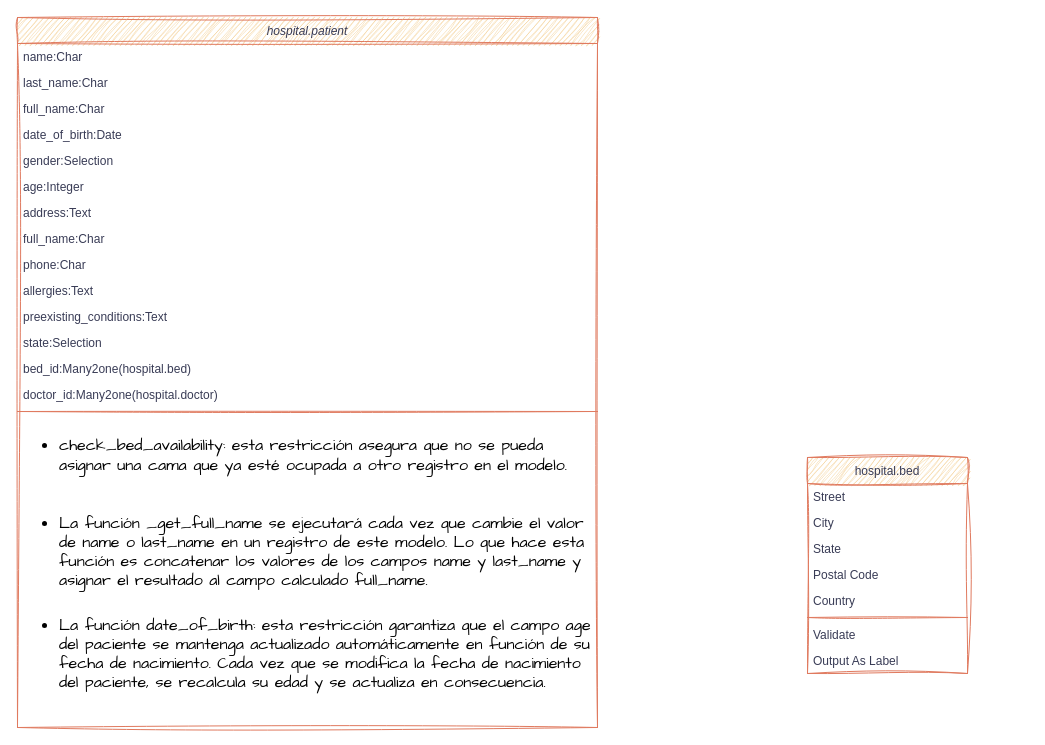
Earlier version of the draw.io diagram UML_Hospital.drawio (Rxxbertx/2DAM_GESTION_EMPRESARIAL_ODOO_addons). Source tidied: cells renumbered, new cells numbered last; positions are measured from the earlier drawing's top-left corner, leaving out a move shared by most shapes. Both pictures are drawn from the tidied source at 100%, with x=0, y=0 at pixel (17, 17).
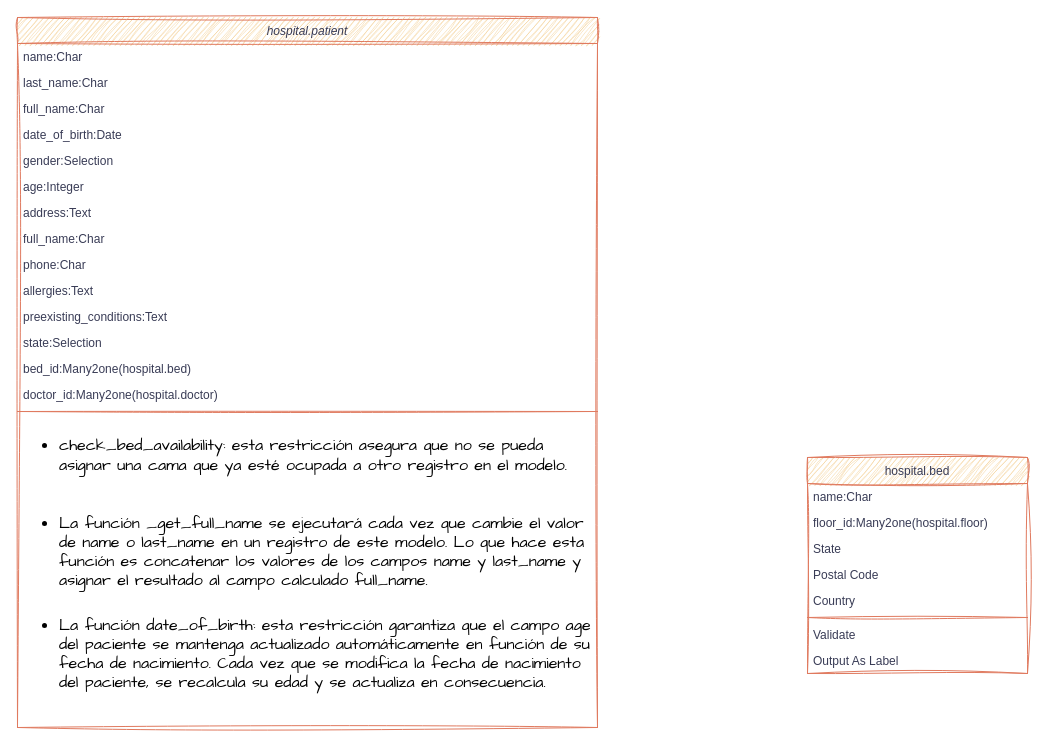
Above is the later version.

What changed in the source:
```diff
@@
     <mxCell id="21" value="hospital.bed" style="swimlane;fontStyle=0;align=center;verticalAlign=top;horizontal=1;startSize=26;rounded=0;shadow=0;strokeWidth=1;labelBackgroundColor=none;fillColor=#F2CC8F;strokeColor=#E07A5F;fontColor=#393C56;sketch=1;curveFitting=1;jiggle=2;" parent="1" vertex="1">
-      <mxGeometry x="790" y="440" width="160" height="216" as="geometry" />
+      <mxGeometry x="790" y="440" width="220" height="216" as="geometry" />
     </mxCell>
-    <mxCell id="22" value="Street" style="text;align=left;verticalAlign=top;spacingLeft=4;spacingRight=4;overflow=hidden;labelBackgroundColor=none;fontColor=#393C56;sketch=1;curveFitting=1;jiggle=2;" parent="21" vertex="1">
-      <mxGeometry y="26" width="160" height="26" as="geometry" />
+    <mxCell id="22" value="name:Char" style="text;align=left;verticalAlign=top;spacingLeft=4;spacingRight=4;overflow=hidden;labelBackgroundColor=none;fontColor=#393C56;sketch=1;curveFitting=1;jiggle=2;" parent="21" vertex="1">
+      <mxGeometry y="26" width="220" height="26" as="geometry" />
     </mxCell>
-    <mxCell id="23" value="City" style="text;align=left;verticalAlign=top;spacingLeft=4;spacingRight=4;overflow=hidden;rounded=0;shadow=0;html=0;labelBackgroundColor=none;fontColor=#393C56;sketch=1;curveFitting=1;jiggle=2;" parent="21" vertex="1">
-      <mxGeometry y="52" width="160" height="26" as="geometry" />
+    <mxCell id="23" value="floor_id:Many2one(hospital.floor)" style="text;align=left;verticalAlign=top;spacingLeft=4;spacingRight=4;overflow=hidden;rounded=0;shadow=0;html=0;labelBackgroundColor=none;fontColor=#393C56;sketch=1;curveFitting=1;jiggle=2;" parent="21" vertex="1">
+      <mxGeometry y="52" width="220" height="26" as="geometry" />
     </mxCell>
     <mxCell id="24" value="State" style="text;align=left;verticalAlign=top;spacingLeft=4;spacingRight=4;overflow=hidden;rounded=0;shadow=0;html=0;labelBackgroundColor=none;fontColor=#393C56;sketch=1;curveFitting=1;jiggle=2;" parent="21" vertex="1">
-      <mxGeometry y="78" width="160" height="26" as="geometry" />
+      <mxGeometry y="78" width="220" height="26" as="geometry" />
     </mxCell>
     <mxCell id="25" value="Postal Code" style="text;align=left;verticalAlign=top;spacingLeft=4;spacingRight=4;overflow=hidden;rounded=0;shadow=0;html=0;labelBackgroundColor=none;fontColor=#393C56;sketch=1;curveFitting=1;jiggle=2;" parent="21" vertex="1">
-      <mxGeometry y="104" width="160" height="26" as="geometry" />
+      <mxGeometry y="104" width="220" height="26" as="geometry" />
     </mxCell>
     <mxCell id="26" value="Country" style="text;align=left;verticalAlign=top;spacingLeft=4;spacingRight=4;overflow=hidden;rounded=0;shadow=0;html=0;labelBackgroundColor=none;fontColor=#393C56;sketch=1;curveFitting=1;jiggle=2;" parent="21" vertex="1">
-      <mxGeometry y="130" width="160" height="26" as="geometry" />
+      <mxGeometry y="130" width="220" height="26" as="geometry" />
     </mxCell>
     <mxCell id="27" style="line;html=1;strokeWidth=1;align=left;verticalAlign=middle;spacingTop=-1;spacingLeft=3;spacingRight=3;labelPosition=right;labelBackgroundColor=none;fillColor=#F2CC8F;strokeColor=#E07A5F;fontColor=#393C56;sketch=1;curveFitting=1;jiggle=2;" parent="21" vertex="1">
-      <mxGeometry y="156" width="160" height="8" as="geometry" />
+      <mxGeometry y="156" width="220" height="8" as="geometry" />
     </mxCell>
     <mxCell id="28" value="Validate" style="text;align=left;verticalAlign=top;spacingLeft=4;spacingRight=4;overflow=hidden;labelBackgroundColor=none;fontColor=#393C56;sketch=1;curveFitting=1;jiggle=2;" parent="21" vertex="1">
-      <mxGeometry y="164" width="160" height="26" as="geometry" />
+      <mxGeometry y="164" width="220" height="26" as="geometry" />
     </mxCell>
     <mxCell id="29" value="Output As Label" style="text;align=left;verticalAlign=top;spacingLeft=4;spacingRight=4;overflow=hidden;labelBackgroundColor=none;fontColor=#393C56;sketch=1;curveFitting=1;jiggle=2;" parent="21" vertex="1">
-      <mxGeometry y="190" width="160" height="26" as="geometry" />
+      <mxGeometry y="190" width="220" height="26" as="geometry" />
     </mxCell>
```
